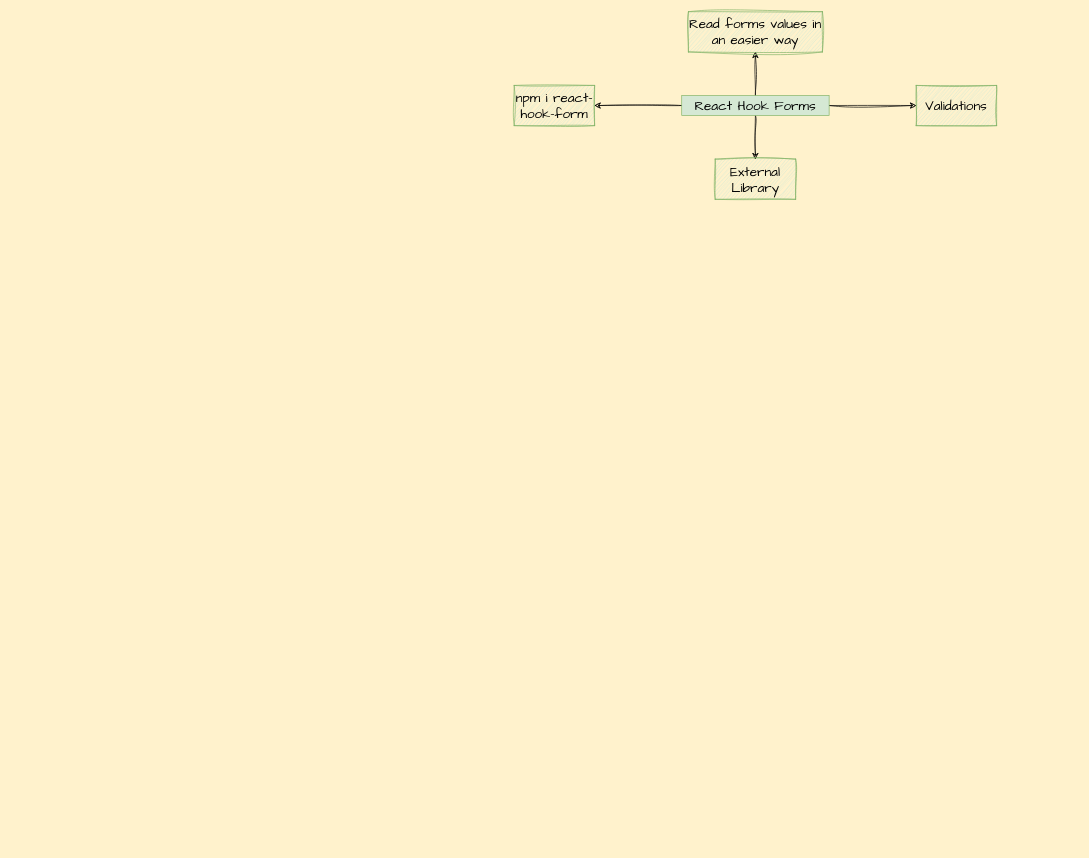
The draw.io diagram page "Page-3" (3 of 3) of Supporting Docs/React_Synechron_July23.drawio in SumeetWajpe/Synechron_React_July_2023, before the edit. Source tidied: cells renumbered, new cells numbered last; positions are measured from the earlier drawing's top-left corner, leaving out a move shared by most shapes. Both pictures are drawn from the tidied source at 67%, with x=0, y=0 at pixel (514, 11).
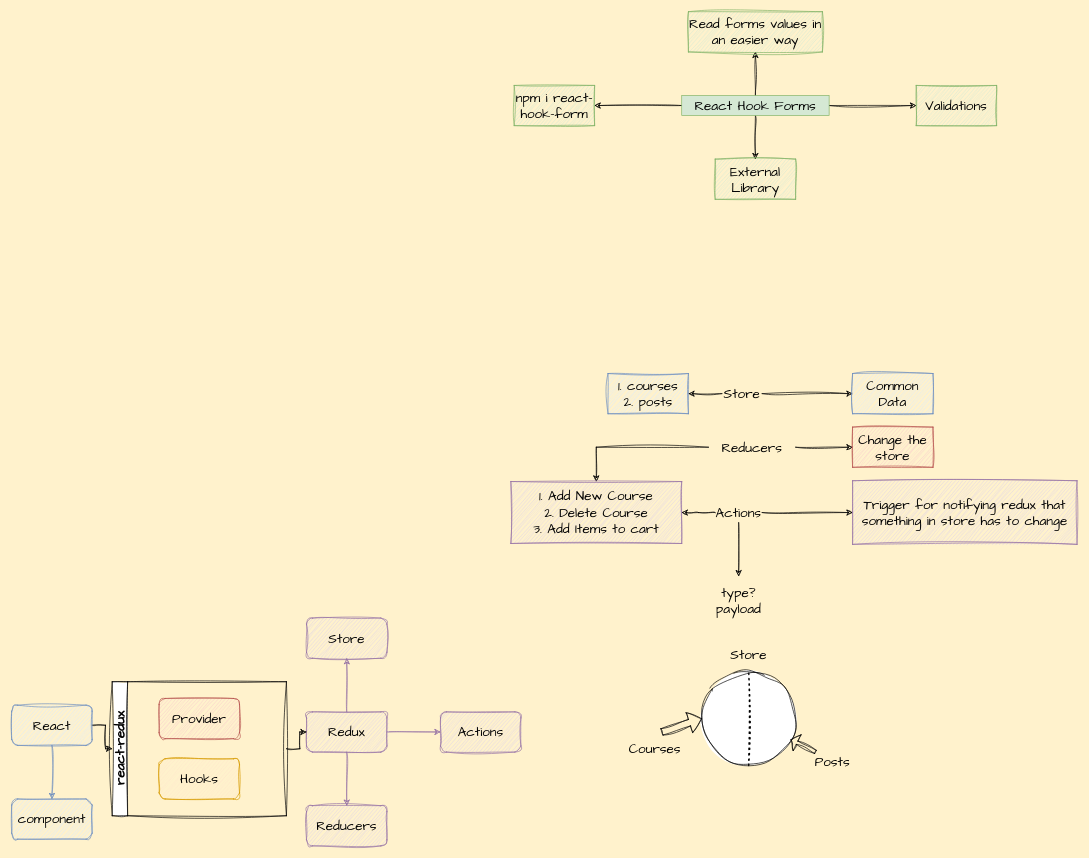
The same page after the edit.

Change to the diagram source:
```diff
@@
+    <mxCell id="11" style="edgeStyle=orthogonalEdgeStyle;rounded=0;sketch=1;hachureGap=4;jiggle=2;curveFitting=1;jettySize=auto;html=1;fontFamily=Architects Daughter;fontSize=16;" parent="1" edge="1" source="13" target="14">
+      <mxGeometry relative="1" as="geometry" />
+    </mxCell>
+    <mxCell id="12" style="edgeStyle=orthogonalEdgeStyle;rounded=0;sketch=1;hachureGap=4;jiggle=2;curveFitting=1;jettySize=auto;html=1;entryX=0.5;entryY=0;entryDx=0;entryDy=0;fontFamily=Architects Daughter;fontSize=16;" parent="1" edge="1" source="13" target="25">
+      <mxGeometry relative="1" as="geometry" />
+    </mxCell>
+    <mxCell id="13" value="Reducers" style="text;html=1;strokeColor=none;fillColor=none;align=center;verticalAlign=middle;whiteSpace=wrap;rounded=0;fontSize=20;fontFamily=Architects Daughter;" parent="1" vertex="1">
+      <mxGeometry x="290" y="635" width="130" height="30" as="geometry" />
+    </mxCell>
+    <mxCell id="14" value="Change the store" style="whiteSpace=wrap;html=1;sketch=1;hachureGap=4;jiggle=2;curveFitting=1;fontFamily=Architects Daughter;fontSize=20;fillColor=#f8cecc;strokeColor=#b85450;" parent="1" vertex="1">
+      <mxGeometry x="505" y="620" width="120" height="60" as="geometry" />
+    </mxCell>
+    <mxCell id="15" style="edgeStyle=orthogonalEdgeStyle;rounded=0;sketch=1;hachureGap=4;jiggle=2;curveFitting=1;jettySize=auto;html=1;fontFamily=Architects Daughter;fontSize=16;" parent="1" edge="1" source="17" target="18">
+      <mxGeometry relative="1" as="geometry" />
+    </mxCell>
+    <mxCell id="16" style="edgeStyle=orthogonalEdgeStyle;rounded=0;sketch=1;hachureGap=4;jiggle=2;curveFitting=1;jettySize=auto;html=1;fontFamily=Architects Daughter;fontSize=16;" parent="1" edge="1" source="17" target="24">
+      <mxGeometry relative="1" as="geometry" />
+    </mxCell>
+    <mxCell id="17" value="Store" style="text;html=1;strokeColor=none;fillColor=none;align=center;verticalAlign=middle;whiteSpace=wrap;rounded=0;fontSize=20;fontFamily=Architects Daughter;" parent="1" vertex="1">
+      <mxGeometry x="310" y="555" width="60" height="30" as="geometry" />
+    </mxCell>
+    <mxCell id="18" value="Common Data" style="whiteSpace=wrap;html=1;sketch=1;hachureGap=4;jiggle=2;curveFitting=1;fontFamily=Architects Daughter;fontSize=20;fillColor=#dae8fc;strokeColor=#6c8ebf;" parent="1" vertex="1">
+      <mxGeometry x="505" y="540" width="120" height="60" as="geometry" />
+    </mxCell>
+    <mxCell id="19" style="edgeStyle=orthogonalEdgeStyle;rounded=0;sketch=1;hachureGap=4;jiggle=2;curveFitting=1;jettySize=auto;html=1;fontFamily=Architects Daughter;fontSize=16;" parent="1" edge="1" source="22" target="23">
+      <mxGeometry relative="1" as="geometry" />
+    </mxCell>
+    <mxCell id="20" style="edgeStyle=orthogonalEdgeStyle;rounded=0;sketch=1;hachureGap=4;jiggle=2;curveFitting=1;jettySize=auto;html=1;fontFamily=Architects Daughter;fontSize=16;" parent="1" edge="1" source="22" target="25">
+      <mxGeometry relative="1" as="geometry" />
+    </mxCell>
+    <mxCell id="21" style="edgeStyle=orthogonalEdgeStyle;rounded=0;sketch=1;hachureGap=4;jiggle=2;curveFitting=1;jettySize=auto;html=1;fontFamily=Architects Daughter;fontSize=16;" parent="1" edge="1" source="22" target="26">
+      <mxGeometry relative="1" as="geometry" />
+    </mxCell>
+    <mxCell id="22" value="Actions" style="text;html=1;strokeColor=none;fillColor=none;align=center;verticalAlign=middle;whiteSpace=wrap;rounded=0;fontSize=20;fontFamily=Architects Daughter;" parent="1" vertex="1">
+      <mxGeometry x="300" y="732.5" width="70" height="30" as="geometry" />
+    </mxCell>
+    <mxCell id="23" value="Trigger for notifying redux that something in store has to change" style="whiteSpace=wrap;html=1;sketch=1;hachureGap=4;jiggle=2;curveFitting=1;fontFamily=Architects Daughter;fontSize=20;fillColor=#e1d5e7;strokeColor=#9673a6;" parent="1" vertex="1">
+      <mxGeometry x="505" y="700" width="335" height="95" as="geometry" />
+    </mxCell>
+    <mxCell id="24" value="1. courses&lt;br&gt;2. posts" style="whiteSpace=wrap;html=1;sketch=1;hachureGap=4;jiggle=2;curveFitting=1;fontFamily=Architects Daughter;fontSize=20;fillColor=#dae8fc;strokeColor=#6c8ebf;" parent="1" vertex="1">
+      <mxGeometry x="140" y="540" width="120" height="60" as="geometry" />
+    </mxCell>
+    <mxCell id="25" value="1. Add New Course&lt;br&gt;2. Delete Course&lt;br&gt;3. Add Items to cart" style="whiteSpace=wrap;html=1;sketch=1;hachureGap=4;jiggle=2;curveFitting=1;fontFamily=Architects Daughter;fontSize=20;fillColor=#e1d5e7;strokeColor=#9673a6;" parent="1" vertex="1">
+      <mxGeometry x="-5" y="701.2" width="255" height="92.5" as="geometry" />
+    </mxCell>
+    <mxCell id="26" value="type?&lt;br&gt;payload" style="text;html=1;strokeColor=none;fillColor=none;align=center;verticalAlign=middle;whiteSpace=wrap;rounded=0;fontSize=20;fontFamily=Architects Daughter;" parent="1" vertex="1">
+      <mxGeometry x="300" y="842.5" width="70" height="72.5" as="geometry" />
+    </mxCell>
+    <mxCell id="27" style="ellipse;whiteSpace=wrap;html=1;sketch=1;hachureGap=4;jiggle=2;curveFitting=1;fontFamily=Architects Daughter;fontSize=20;" parent="1" vertex="1">
+      <mxGeometry x="280" y="985" width="140" height="140" as="geometry" />
+    </mxCell>
+    <mxCell id="28" value="Store" style="text;html=1;strokeColor=none;fillColor=none;align=center;verticalAlign=middle;whiteSpace=wrap;rounded=0;fontSize=20;fontFamily=Architects Daughter;" parent="1" vertex="1">
+      <mxGeometry x="320" y="945" width="60" height="30" as="geometry" />
+    </mxCell>
+    <mxCell id="29" style="endArrow=none;dashed=1;html=1;dashPattern=1 3;strokeWidth=2;rounded=0;sketch=1;hachureGap=4;jiggle=2;curveFitting=1;fontFamily=Architects Daughter;fontSize=16;exitX=0.5;exitY=1;exitDx=0;exitDy=0;entryX=0.5;entryY=0;entryDx=0;entryDy=0;" parent="1" edge="1" source="27" target="27">
+      <mxGeometry relative="1" as="geometry" />
+    </mxCell>
+    <mxCell id="30" style="shape=flexArrow;endArrow=classic;html=1;rounded=0;sketch=1;hachureGap=4;jiggle=2;curveFitting=1;fontFamily=Architects Daughter;fontSize=16;entryX=0;entryY=0.5;entryDx=0;entryDy=0;" parent="1" edge="1" target="27">
+      <mxGeometry relative="1" as="geometry">
+        <mxPoint x="220" y="1075" as="sourcePoint" />
+      </mxGeometry>
+    </mxCell>
+    <mxCell id="31" value="Courses" style="text;html=1;strokeColor=none;fillColor=none;align=center;verticalAlign=middle;whiteSpace=wrap;rounded=0;fontSize=20;fontFamily=Architects Daughter;" parent="1" vertex="1">
+      <mxGeometry x="180" y="1085" width="60" height="30" as="geometry" />
+    </mxCell>
+    <mxCell id="32" value="Posts" style="text;html=1;strokeColor=none;fillColor=none;align=center;verticalAlign=middle;whiteSpace=wrap;rounded=0;fontSize=20;fontFamily=Architects Daughter;" parent="1" vertex="1">
+      <mxGeometry x="445" y="1105" width="60" height="30" as="geometry" />
+    </mxCell>
+    <mxCell id="33" style="shape=flexArrow;endArrow=classic;html=1;rounded=0;sketch=1;hachureGap=4;jiggle=2;curveFitting=1;fontFamily=Architects Daughter;fontSize=16;width=5.333333333333333;endSize=3.08;" parent="1" edge="1" target="27">
+      <mxGeometry relative="1" as="geometry">
+        <mxPoint x="450" y="1105" as="sourcePoint" />
+      </mxGeometry>
+    </mxCell>
+    <mxCell id="34" style="edgeStyle=orthogonalEdgeStyle;rounded=0;sketch=1;hachureGap=4;jiggle=2;curveFitting=1;jettySize=auto;html=1;fontFamily=Architects Daughter;fontSize=16;fillColor=#dae8fc;strokeColor=#6c8ebf;" parent="1" edge="1" source="36" target="41">
+      <mxGeometry relative="1" as="geometry" />
+    </mxCell>
+    <mxCell id="35" style="edgeStyle=orthogonalEdgeStyle;rounded=0;sketch=1;hachureGap=4;jiggle=2;curveFitting=1;jettySize=auto;html=1;entryX=0;entryY=0.5;entryDx=0;entryDy=0;fontFamily=Architects Daughter;fontSize=16;" parent="1" edge="1" source="36" target="46">
+      <mxGeometry relative="1" as="geometry" />
+    </mxCell>
+    <mxCell id="36" value="React" style="rounded=1;whiteSpace=wrap;html=1;sketch=1;hachureGap=4;jiggle=2;curveFitting=1;fontFamily=Architects Daughter;fontSize=20;fillColor=#dae8fc;strokeColor=#6c8ebf;" parent="1" vertex="1">
+      <mxGeometry x="-750" y="1035" width="120" height="60" as="geometry" />
+    </mxCell>
+    <mxCell id="37" style="edgeStyle=orthogonalEdgeStyle;rounded=0;sketch=1;hachureGap=4;jiggle=2;curveFitting=1;jettySize=auto;html=1;fontFamily=Architects Daughter;fontSize=16;fillColor=#e1d5e7;strokeColor=#9673a6;" parent="1" edge="1" source="40" target="42">
+      <mxGeometry relative="1" as="geometry" />
+    </mxCell>
+    <mxCell id="38" style="edgeStyle=orthogonalEdgeStyle;rounded=0;sketch=1;hachureGap=4;jiggle=2;curveFitting=1;jettySize=auto;html=1;fontFamily=Architects Daughter;fontSize=16;fillColor=#e1d5e7;strokeColor=#9673a6;" parent="1" edge="1" source="40" target="43">
+      <mxGeometry relative="1" as="geometry" />
+    </mxCell>
+    <mxCell id="39" style="edgeStyle=orthogonalEdgeStyle;rounded=0;sketch=1;hachureGap=4;jiggle=2;curveFitting=1;jettySize=auto;html=1;fontFamily=Architects Daughter;fontSize=16;fillColor=#e1d5e7;strokeColor=#9673a6;" parent="1" edge="1" source="40" target="44">
+      <mxGeometry relative="1" as="geometry" />
+    </mxCell>
+    <mxCell id="40" value="Redux" style="rounded=1;whiteSpace=wrap;html=1;sketch=1;hachureGap=4;jiggle=2;curveFitting=1;fontFamily=Architects Daughter;fontSize=20;fillColor=#e1d5e7;strokeColor=#9673a6;" parent="1" vertex="1">
+      <mxGeometry x="-310" y="1045" width="120" height="60" as="geometry" />
+    </mxCell>
+    <mxCell id="41" value="component" style="whiteSpace=wrap;html=1;fontSize=20;fontFamily=Architects Daughter;rounded=1;sketch=1;hachureGap=4;jiggle=2;curveFitting=1;fillColor=#dae8fc;strokeColor=#6c8ebf;" parent="1" vertex="1">
+      <mxGeometry x="-750" y="1175" width="120" height="60" as="geometry" />
+    </mxCell>
+    <mxCell id="42" value="Actions" style="whiteSpace=wrap;html=1;fontSize=20;fontFamily=Architects Daughter;rounded=1;sketch=1;hachureGap=4;jiggle=2;curveFitting=1;fillColor=#e1d5e7;strokeColor=#9673a6;" parent="1" vertex="1">
+      <mxGeometry x="-110" y="1045" width="120" height="60" as="geometry" />
+    </mxCell>
+    <mxCell id="43" value="Reducers" style="whiteSpace=wrap;html=1;fontSize=20;fontFamily=Architects Daughter;rounded=1;sketch=1;hachureGap=4;jiggle=2;curveFitting=1;fillColor=#e1d5e7;strokeColor=#9673a6;" parent="1" vertex="1">
+      <mxGeometry x="-310" y="1185" width="120" height="60" as="geometry" />
+    </mxCell>
+    <mxCell id="44" value="Store" style="whiteSpace=wrap;html=1;fontSize=20;fontFamily=Architects Daughter;rounded=1;sketch=1;hachureGap=4;jiggle=2;curveFitting=1;fillColor=#e1d5e7;strokeColor=#9673a6;" parent="1" vertex="1">
+      <mxGeometry x="-310" y="905" width="120" height="60" as="geometry" />
+    </mxCell>
+    <mxCell id="45" style="edgeStyle=orthogonalEdgeStyle;rounded=0;sketch=1;hachureGap=4;jiggle=2;curveFitting=1;jettySize=auto;html=1;entryX=0;entryY=0.5;entryDx=0;entryDy=0;fontFamily=Architects Daughter;fontSize=16;" parent="1" edge="1" source="46" target="40">
+      <mxGeometry relative="1" as="geometry" />
+    </mxCell>
+    <mxCell id="46" value="react-redux" style="swimlane;horizontal=0;whiteSpace=wrap;html=1;sketch=1;hachureGap=4;jiggle=2;curveFitting=1;fontFamily=Architects Daughter;fontSize=20;" parent="1" vertex="1">
+      <mxGeometry x="-600" y="1000" width="260" height="200" as="geometry" />
+    </mxCell>
+    <mxCell id="47" value="Provider" style="rounded=1;whiteSpace=wrap;html=1;sketch=1;hachureGap=4;jiggle=2;curveFitting=1;fontFamily=Architects Daughter;fontSize=20;fillColor=#f8cecc;strokeColor=#b85450;" parent="46" vertex="1">
+      <mxGeometry x="70" y="25" width="120" height="60" as="geometry" />
+    </mxCell>
+    <mxCell id="48" value="Hooks" style="rounded=1;whiteSpace=wrap;html=1;sketch=1;hachureGap=4;jiggle=2;curveFitting=1;fontFamily=Architects Daughter;fontSize=20;fillColor=#ffe6cc;strokeColor=#d79b00;" parent="46" vertex="1">
+      <mxGeometry x="70" y="115" width="120" height="60" as="geometry" />
+    </mxCell>
```
